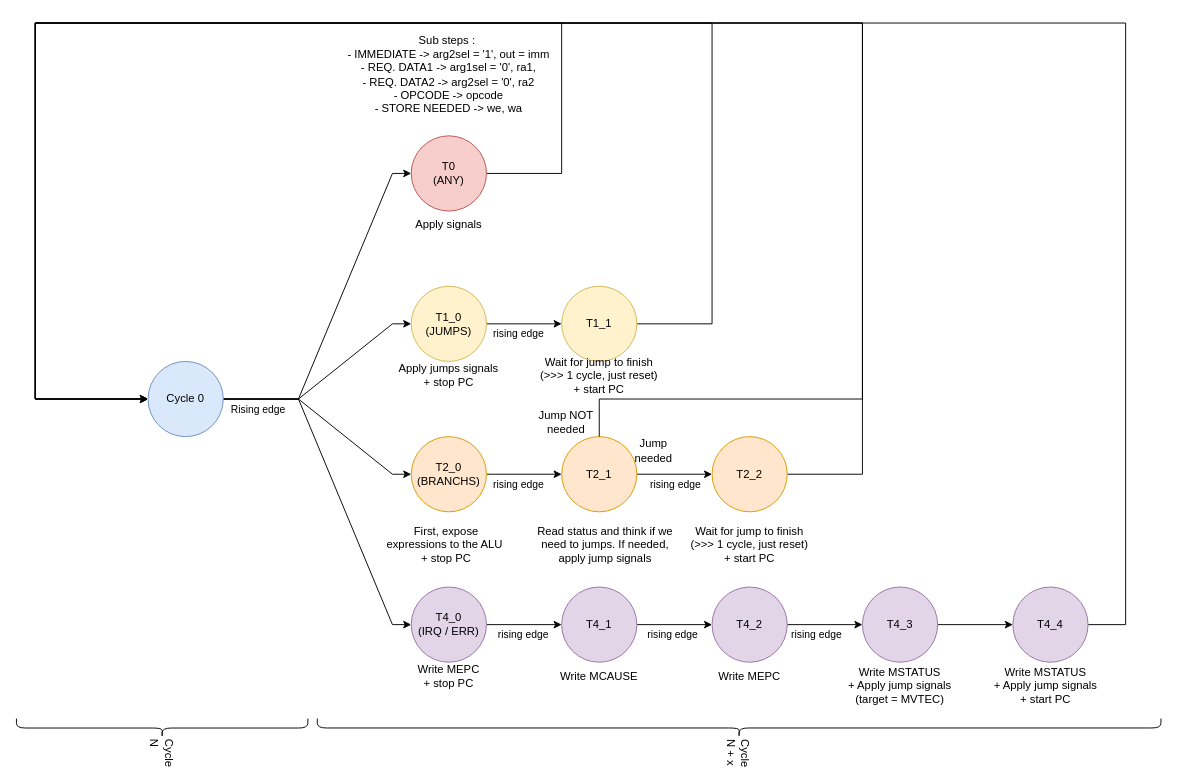
The draw.io diagram execution.drawio in lheywang/RV32, before the edit. Source tidied: cells renumbered, new cells numbered last; positions are measured from the earlier drawing's top-left corner, leaving out a move shared by most shapes. Both pictures are drawn from the tidied source at 94%, with x=0, y=0 at pixel (35, 23).
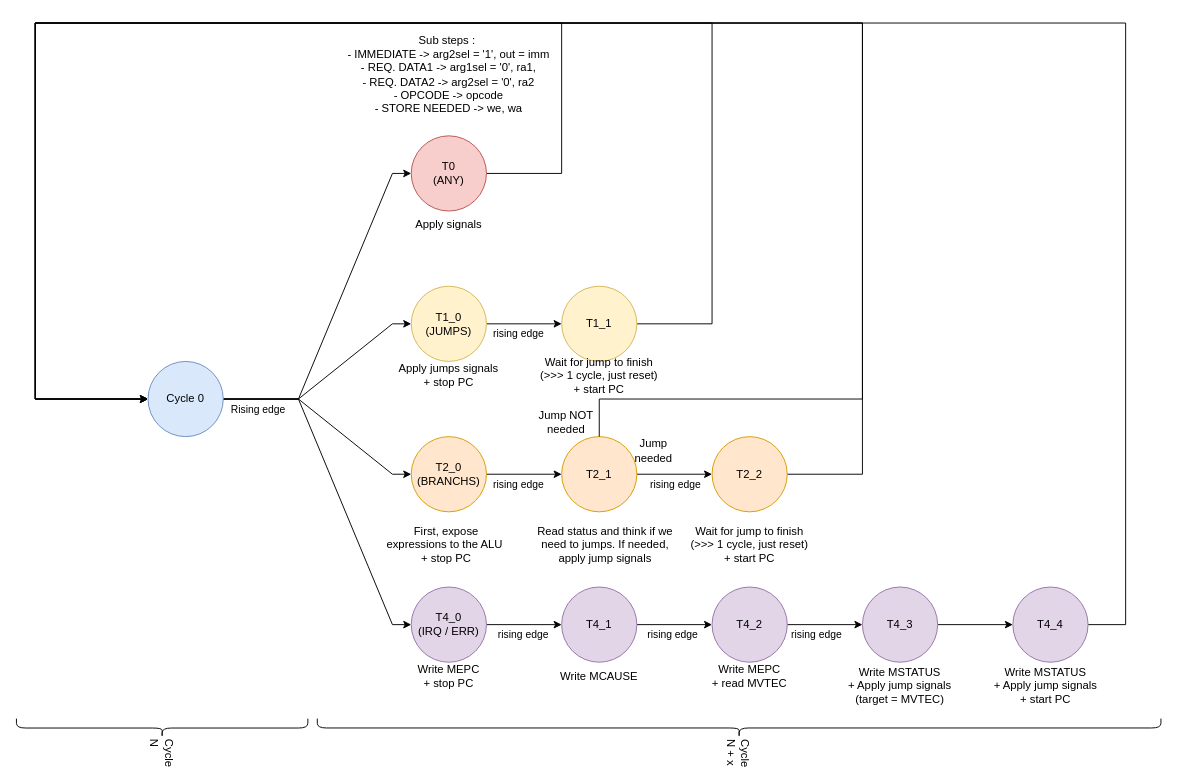
The same page after the edit.

Commit message (it also covers changes not shown here):
Updated diagrams to reflect more precisely the actual impl.

Change to the diagram source:
```diff
@@
-    <mxCell id="52" value="Write MEPC" style="text;html=1;align=center;verticalAlign=middle;whiteSpace=wrap;rounded=0;" parent="1" vertex="1">
+    <mxCell id="52" value="Write MEPC&lt;div&gt;+ read MVTEC&lt;/div&gt;" style="text;html=1;align=center;verticalAlign=middle;whiteSpace=wrap;rounded=0;" parent="1" vertex="1">
       <mxGeometry x="695" y="680" width="130" height="30" as="geometry" />
     </mxCell>
```
